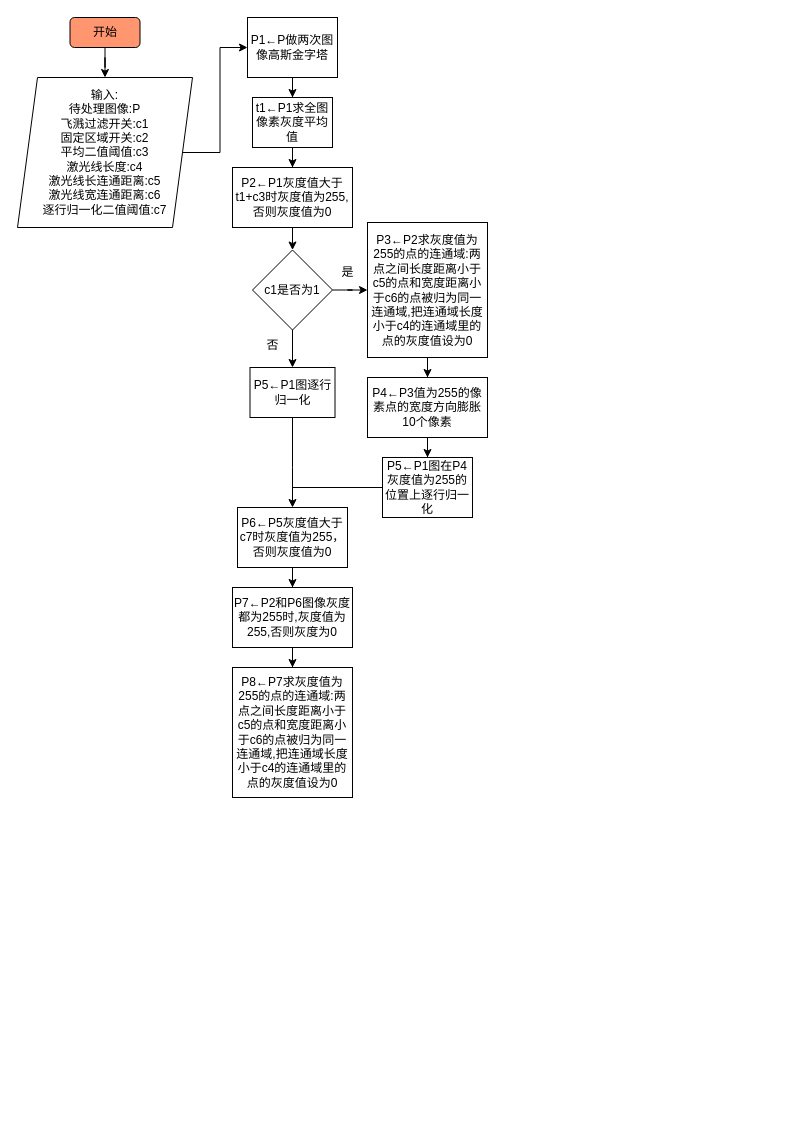
This is 未命名绘图.drawio from qubo188612/Visio, a draw.io file, before an edit. Source tidied: cells renumbered, new cells numbered last; positions are measured from the earlier drawing's top-left corner, leaving out a move shared by most shapes. Both pictures are drawn from the tidied source at 100%, with x=0, y=0 at pixel (17, 17).
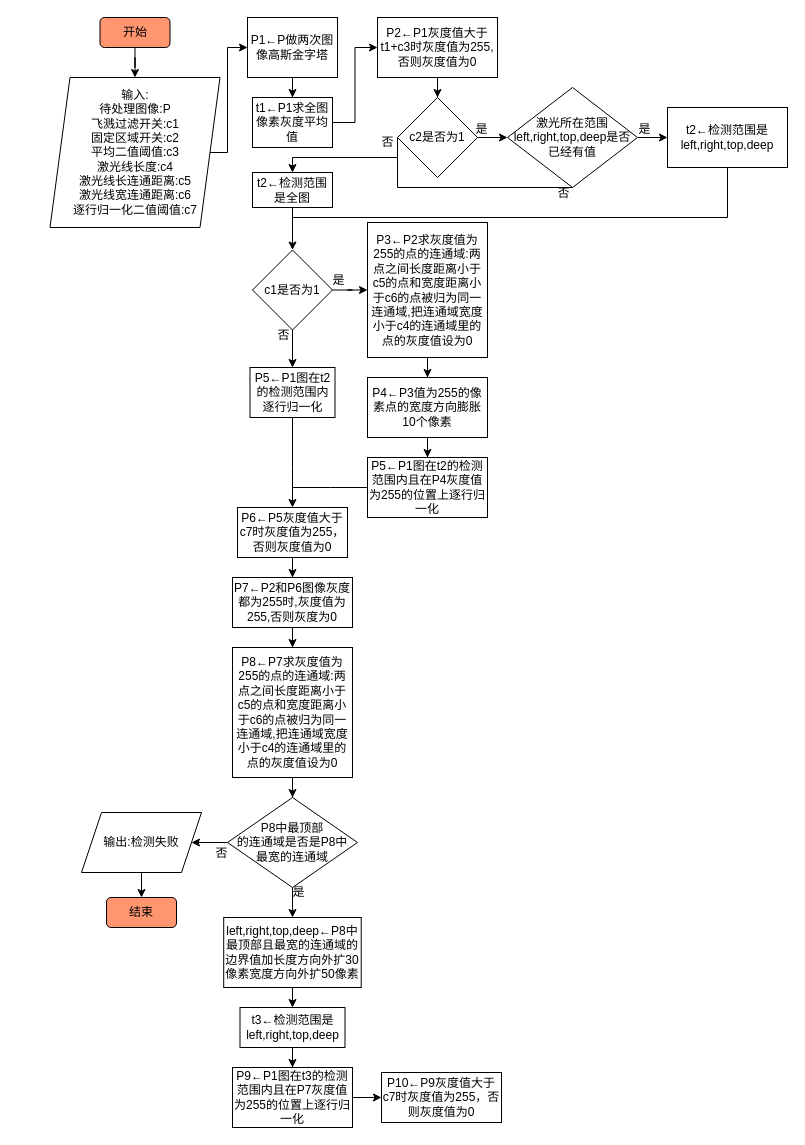
The same diagram, later.

Commit message (it also covers changes not shown here):
更新未命名绘图.drawio

Unchanged cells that the change refers to:
```xml
<mxCell id="7" value="P1←P做两次图像高斯金字塔" style="rounded=0;whiteSpace=wrap;html=1;fillColor=#FFFFFF;" parent="1" vertex="1">
  <mxGeometry x="230" width="90" height="60" as="geometry" />
</mxCell>
<mxCell id="9" value="t1←P1求全图像素灰度平均值" style="rounded=0;whiteSpace=wrap;html=1;fillColor=#FFFFFF;" parent="1" vertex="1">
  <mxGeometry x="235" y="80" width="80" height="50" as="geometry" />
</mxCell>
<mxCell id="14" value="c1是否为1" style="rhombus;whiteSpace=wrap;html=1;fillColor=#FFFFFF;" parent="1" vertex="1">
  <mxGeometry x="235" y="232.5" width="80" height="80" as="geometry" />
</mxCell>
```

Diff of the diagram source:
```diff
@@
     <mxCell id="3" value="开始" style="rounded=1;whiteSpace=wrap;html=1;fillColor=#FF9670;" parent="1" vertex="1">
-      <mxGeometry x="52.5" width="70" height="30" as="geometry" />
+      <mxGeometry x="82.5" width="70" height="30" as="geometry" />
     </mxCell>
     <mxCell id="4" style="edgeStyle=orthogonalEdgeStyle;rounded=0;jettySize=auto;html=1;exitX=1;exitY=0.5;exitDx=0;exitDy=0;" parent="1" edge="1" source="5" target="7">
-      <mxGeometry relative="1" as="geometry" />
+      <mxGeometry relative="1" as="geometry">
+        <Array as="points">
+          <mxPoint x="210" y="135" />
+          <mxPoint x="210" y="30" />
+        </Array>
+      </mxGeometry>
     </mxCell>
     <mxCell id="5" value="输入:&lt;br&gt;待处理图像:P&lt;br&gt;飞溅过滤开关:c1&lt;br&gt;固定区域开关:c2&lt;br&gt;平均二值阈值:c3&lt;br&gt;激光线长度:c4&lt;br&gt;激光线长连通距离:c5&lt;br&gt;激光线宽连通距离:c6&lt;br&gt;逐行归一化二值阈值:c7" style="shape=parallelogram;perimeter=parallelogramPerimeter;whiteSpace=wrap;html=1;fixedSize=1;" parent="1" vertex="1">
-      <mxGeometry y="60" width="175" height="150" as="geometry" />
+      <mxGeometry x="32.5" y="60" width="170" height="150" as="geometry" />
     </mxCell>
@@
-    <mxCell id="8" style="edgeStyle=orthogonalEdgeStyle;rounded=0;jettySize=auto;html=1;" parent="1" edge="1" source="9" target="11">
+    <mxCell id="8" style="edgeStyle=orthogonalEdgeStyle;rounded=0;jettySize=auto;html=1;entryX=0;entryY=0.5;entryDx=0;entryDy=0;" parent="1" edge="1" source="9" target="11">
       <mxGeometry relative="1" as="geometry" />
     </mxCell>
@@
-    <mxCell id="10" style="edgeStyle=orthogonalEdgeStyle;rounded=0;jettySize=auto;html=1;" parent="1" edge="1" source="11" target="14">
-      <mxGeometry relative="1" as="geometry" />
-    </mxCell>
+    <mxCell id="30" style="edgeStyle=orthogonalEdgeStyle;rounded=0;jettySize=auto;html=1;endArrow=classic;endFill=1;" parent="1" edge="1" source="11" target="34">
+      <mxGeometry relative="1" as="geometry" />
+    </mxCell>
     <mxCell id="11" value="P2←P1灰度值大于t1+c3时灰度值为255,否则灰度值为0" style="rounded=0;whiteSpace=wrap;html=1;fillColor=#FFFFFF;" parent="1" vertex="1">
-      <mxGeometry x="215" y="150" width="120" height="60" as="geometry" />
+      <mxGeometry x="360" width="120" height="60" as="geometry" />
     </mxCell>
@@
-    <mxCell id="16" value="P3←P2求灰度值为255的点的连通域:两点之间长度距离小于c5的点和宽度距离小于c6的点被归为同一连通域,把连通域长度小于c4的连通域里的点的灰度值设为0" style="rounded=0;whiteSpace=wrap;html=1;fillColor=#FFFFFF;" parent="1" vertex="1">
+    <mxCell id="16" value="P3←P2求灰度值为255的点的连通域:两点之间长度距离小于c5的点和宽度距离小于c6的点被归为同一连通域,把连通域宽度小于c4的连通域里的点的灰度值设为0" style="rounded=0;whiteSpace=wrap;html=1;fillColor=#FFFFFF;" parent="1" vertex="1">
       <mxGeometry x="350" y="205" width="120" height="135" as="geometry" />
     </mxCell>
     <mxCell id="17" value="是" style="text;html=1;align=center;verticalAlign=middle;strokeColor=none;fillColor=none;" parent="1" vertex="1">
-      <mxGeometry x="310" y="240" width="40" height="30" as="geometry" />
+      <mxGeometry x="301" y="248" width="40" height="30" as="geometry" />
     </mxCell>
@@
-    <mxCell id="21" value="P5←P1图逐行归一化" style="rounded=0;whiteSpace=wrap;html=1;fillColor=#FFFFFF;" parent="1" vertex="1">
+    <mxCell id="21" value="P5←P1图在t2的检测范围内逐行归一化" style="rounded=0;whiteSpace=wrap;html=1;fillColor=#FFFFFF;" parent="1" vertex="1">
       <mxGeometry x="232.5" y="350" width="85" height="50" as="geometry" />
     </mxCell>
     <mxCell id="22" value="否" style="text;html=1;align=center;verticalAlign=middle;strokeColor=none;fillColor=none;" parent="1" vertex="1">
-      <mxGeometry x="235" y="312.5" width="40" height="30" as="geometry" />
+      <mxGeometry x="246" y="302.5" width="40" height="30" as="geometry" />
     </mxCell>
@@
-    <mxCell id="24" value="P5←P1图在P4灰度值为255的位置上逐行归一化" style="rounded=0;whiteSpace=wrap;html=1;fillColor=#FFFFFF;" parent="1" vertex="1">
-      <mxGeometry x="365" y="440" width="90" height="60" as="geometry" />
+    <mxCell id="24" value="P5←P1图在t2的检测范围内且在P4灰度值为255的位置上逐行归一化" style="rounded=0;whiteSpace=wrap;html=1;fillColor=#FFFFFF;" parent="1" vertex="1">
+      <mxGeometry x="350" y="440" width="120" height="60" as="geometry" />
     </mxCell>
@@
     <mxCell id="26" value="P6←P5灰度值大于c7时灰度值为255，否则灰度值为0" style="rounded=0;whiteSpace=wrap;html=1;fillColor=#FFFFFF;" parent="1" vertex="1">
-      <mxGeometry x="220" y="490" width="110" height="60" as="geometry" />
+      <mxGeometry x="220" y="490" width="110" height="50" as="geometry" />
     </mxCell>
@@
     <mxCell id="28" value="P7←P2和P6图像灰度都为255时,灰度值为255,否则灰度为0" style="rounded=0;whiteSpace=wrap;html=1;fillColor=#FFFFFF;" parent="1" vertex="1">
-      <mxGeometry x="215" y="570" width="120" height="60" as="geometry" />
+      <mxGeometry x="215" y="560" width="120" height="50" as="geometry" />
     </mxCell>
+    <mxCell id="31" style="edgeStyle=orthogonalEdgeStyle;rounded=0;jettySize=auto;html=1;endArrow=classic;endFill=1;" parent="1" edge="1" source="29" target="48">
+      <mxGeometry relative="1" as="geometry" />
+    </mxCell>
-    <mxCell id="29" value="P8←P7求灰度值为255的点的连通域:两点之间长度距离小于c5的点和宽度距离小于c6的点被归为同一连通域,把连通域长度小于c4的连通域里的点的灰度值设为0" style="rounded=0;whiteSpace=wrap;html=1;fillColor=#FFFFFF;" parent="1" vertex="1">
-      <mxGeometry x="215" y="650" width="120" height="130" as="geometry" />
+    <mxCell id="29" value="P8←P7求灰度值为255的点的连通域:两点之间长度距离小于c5的点和宽度距离小于c6的点被归为同一连通域,把连通域宽度小于c4的连通域里的点的灰度值设为0" style="rounded=0;whiteSpace=wrap;html=1;fillColor=#FFFFFF;" parent="1" vertex="1">
+      <mxGeometry x="215" y="630" width="120" height="130" as="geometry" />
     </mxCell>
+    <mxCell id="32" style="edgeStyle=orthogonalEdgeStyle;rounded=0;jettySize=auto;html=1;endArrow=classic;endFill=1;" parent="1" edge="1" source="34" target="37">
+      <mxGeometry relative="1" as="geometry" />
+    </mxCell>
+    <mxCell id="33" style="edgeStyle=orthogonalEdgeStyle;rounded=0;jettySize=auto;html=1;entryX=0.5;entryY=0;entryDx=0;entryDy=0;endArrow=classic;endFill=1;exitX=0;exitY=0.5;exitDx=0;exitDy=0;" parent="1" edge="1" source="34" target="45">
+      <mxGeometry relative="1" as="geometry">
+        <Array as="points">
+          <mxPoint x="380" y="140" />
+          <mxPoint x="275" y="140" />
+        </Array>
+      </mxGeometry>
+    </mxCell>
+    <mxCell id="34" value="c2是否为1" style="rhombus;whiteSpace=wrap;html=1;fillColor=#FFFFFF;" parent="1" vertex="1">
+      <mxGeometry x="380" y="80" width="80" height="80" as="geometry" />
+    </mxCell>
+    <mxCell id="35" value="否" style="text;html=1;align=center;verticalAlign=middle;strokeColor=none;fillColor=none;" parent="1" vertex="1">
+      <mxGeometry x="350" y="110" width="40" height="30" as="geometry" />
+    </mxCell>
+    <mxCell id="36" style="edgeStyle=orthogonalEdgeStyle;rounded=0;jettySize=auto;html=1;endArrow=classic;endFill=1;" parent="1" edge="1" source="37" target="42">
+      <mxGeometry relative="1" as="geometry" />
+    </mxCell>
+    <mxCell id="37" value="激光所在范围left,right,top,deep是否已经有值" style="rhombus;whiteSpace=wrap;html=1;fillColor=#FFFFFF;" parent="1" vertex="1">
+      <mxGeometry x="490" y="70" width="130" height="100" as="geometry" />
+    </mxCell>
+    <mxCell id="38" value="是" style="text;html=1;align=center;verticalAlign=middle;strokeColor=none;fillColor=none;" parent="1" vertex="1">
+      <mxGeometry x="444" y="97" width="40" height="30" as="geometry" />
+    </mxCell>
+    <mxCell id="39" style="edgeStyle=orthogonalEdgeStyle;rounded=0;jettySize=auto;html=1;endArrow=none;endFill=0;exitX=0.5;exitY=1;exitDx=0;exitDy=0;" parent="1" edge="1" source="37">
+      <mxGeometry relative="1" as="geometry">
+        <mxPoint x="380" y="140" as="targetPoint" />
+        <Array as="points">
+          <mxPoint x="380" y="170" />
+        </Array>
+      </mxGeometry>
+    </mxCell>
+    <mxCell id="40" value="否" style="text;html=1;align=center;verticalAlign=middle;strokeColor=none;fillColor=none;" parent="1" vertex="1">
+      <mxGeometry x="526" y="161" width="40" height="30" as="geometry" />
+    </mxCell>
+    <mxCell id="41" style="edgeStyle=orthogonalEdgeStyle;rounded=0;jettySize=auto;html=1;endArrow=none;endFill=0;exitX=0.5;exitY=1;exitDx=0;exitDy=0;" parent="1" edge="1" source="42">
+      <mxGeometry relative="1" as="geometry">
+        <mxPoint x="275" y="210" as="targetPoint" />
+        <Array as="points">
+          <mxPoint x="710" y="200" />
+          <mxPoint x="275" y="200" />
+        </Array>
+      </mxGeometry>
+    </mxCell>
+    <mxCell id="42" value="t2←检测范围是left,right,top,deep" style="rounded=0;whiteSpace=wrap;html=1;fillColor=#FFFFFF;" parent="1" vertex="1">
+      <mxGeometry x="650" y="90" width="120" height="60" as="geometry" />
+    </mxCell>
+    <mxCell id="43" value="是" style="text;html=1;align=center;verticalAlign=middle;strokeColor=none;fillColor=none;" parent="1" vertex="1">
+      <mxGeometry x="607" y="97" width="40" height="30" as="geometry" />
+    </mxCell>
+    <mxCell id="44" style="edgeStyle=orthogonalEdgeStyle;rounded=0;jettySize=auto;html=1;entryX=0.5;entryY=0;entryDx=0;entryDy=0;endArrow=classic;endFill=1;" parent="1" edge="1" source="45" target="14">
+      <mxGeometry relative="1" as="geometry" />
+    </mxCell>
+    <mxCell id="45" value="t2←检测范围是全图" style="rounded=0;whiteSpace=wrap;html=1;fillColor=#FFFFFF;" parent="1" vertex="1">
+      <mxGeometry x="235" y="155" width="80" height="35" as="geometry" />
+    </mxCell>
+    <mxCell id="46" style="edgeStyle=orthogonalEdgeStyle;rounded=0;jettySize=auto;html=1;endArrow=classic;endFill=1;" parent="1" edge="1" source="48" target="50">
+      <mxGeometry relative="1" as="geometry" />
+    </mxCell>
+    <mxCell id="47" style="edgeStyle=orthogonalEdgeStyle;rounded=0;jettySize=auto;html=1;endArrow=classic;endFill=1;" parent="1" edge="1" source="48" target="53">
+      <mxGeometry relative="1" as="geometry" />
+    </mxCell>
+    <mxCell id="48" value="&lt;div style=&quot;&quot;&gt;&lt;span style=&quot;background-color: initial;&quot;&gt;P8中最顶部&lt;/span&gt;&lt;/div&gt;&lt;div style=&quot;&quot;&gt;&lt;span style=&quot;background-color: initial;&quot;&gt;的连通域&lt;/span&gt;&lt;span style=&quot;background-color: initial;&quot;&gt;是否是&lt;/span&gt;&lt;span style=&quot;background-color: initial;&quot;&gt;P8中&lt;/span&gt;&lt;/div&gt;&lt;div style=&quot;&quot;&gt;&lt;span style=&quot;background-color: initial;&quot;&gt;最宽的&lt;/span&gt;&lt;span style=&quot;background-color: initial;&quot;&gt;连通域&lt;/span&gt;&lt;/div&gt;" style="rhombus;whiteSpace=wrap;html=1;fillColor=#FFFFFF;rotation=0;align=center;" parent="1" vertex="1">
+      <mxGeometry x="210" y="780" width="130" height="90" as="geometry" />
+    </mxCell>
+    <mxCell id="49" style="edgeStyle=orthogonalEdgeStyle;rounded=0;jettySize=auto;html=1;endArrow=classic;endFill=1;" parent="1" edge="1" source="50" target="59">
+      <mxGeometry relative="1" as="geometry" />
+    </mxCell>
+    <mxCell id="50" value="输出:检测失败" style="shape=parallelogram;perimeter=parallelogramPerimeter;whiteSpace=wrap;html=1;fixedSize=1;fillColor=#FFFFFF;" parent="1" vertex="1">
+      <mxGeometry x="64" y="795" width="120" height="60" as="geometry" />
+    </mxCell>
+    <mxCell id="51" value="否" style="text;html=1;align=center;verticalAlign=middle;strokeColor=none;fillColor=none;" parent="1" vertex="1">
+      <mxGeometry x="184" y="821" width="40" height="30" as="geometry" />
+    </mxCell>
+    <mxCell id="52" style="edgeStyle=orthogonalEdgeStyle;rounded=0;jettySize=auto;html=1;endArrow=classic;endFill=1;" parent="1" edge="1" source="53" target="56">
+      <mxGeometry relative="1" as="geometry" />
+    </mxCell>
+    <mxCell id="53" value="left,right,top,deep←P8中最顶部且最宽的连通域的边界值加长度方向外扩30像素宽度方向外扩50像素" style="rounded=0;whiteSpace=wrap;html=1;fillColor=#FFFFFF;" parent="1" vertex="1">
+      <mxGeometry x="206.2" y="900" width="137.5" height="70" as="geometry" />
+    </mxCell>
+    <mxCell id="54" value="是" style="text;html=1;align=center;verticalAlign=middle;strokeColor=none;fillColor=none;" parent="1" vertex="1">
+      <mxGeometry x="261" y="860" width="40" height="30" as="geometry" />
+    </mxCell>
+    <mxCell id="55" style="edgeStyle=orthogonalEdgeStyle;rounded=0;jettySize=auto;html=1;endArrow=classic;endFill=1;" parent="1" edge="1" source="56" target="58">
+      <mxGeometry relative="1" as="geometry" />
+    </mxCell>
+    <mxCell id="56" value="t3←检测范围是left,right,top,deep" style="rounded=0;whiteSpace=wrap;html=1;fillColor=#FFFFFF;" parent="1" vertex="1">
+      <mxGeometry x="222.5" y="990" width="105" height="40" as="geometry" />
+    </mxCell>
+    <mxCell id="57" style="edgeStyle=orthogonalEdgeStyle;rounded=0;jettySize=auto;html=1;endArrow=classic;endFill=1;" parent="1" edge="1" source="58" target="60">
+      <mxGeometry relative="1" as="geometry" />
+    </mxCell>
+    <mxCell id="58" value="P9←P1图在t3的检测范围内且在P7灰度值为255的位置上逐行归一化" style="rounded=0;whiteSpace=wrap;html=1;fillColor=#FFFFFF;" parent="1" vertex="1">
+      <mxGeometry x="215" y="1050" width="120" height="60" as="geometry" />
+    </mxCell>
+    <mxCell id="59" value="结束" style="rounded=1;whiteSpace=wrap;html=1;fillColor=#FF9670;" parent="1" vertex="1">
+      <mxGeometry x="89" y="880" width="70" height="30" as="geometry" />
+    </mxCell>
+    <mxCell id="60" value="P10←P9灰度值大于c7时灰度值为255，否则灰度值为0" style="rounded=0;whiteSpace=wrap;html=1;fillColor=#FFFFFF;" parent="1" vertex="1">
+      <mxGeometry x="364" y="1055" width="120" height="50" as="geometry" />
+    </mxCell>
```
